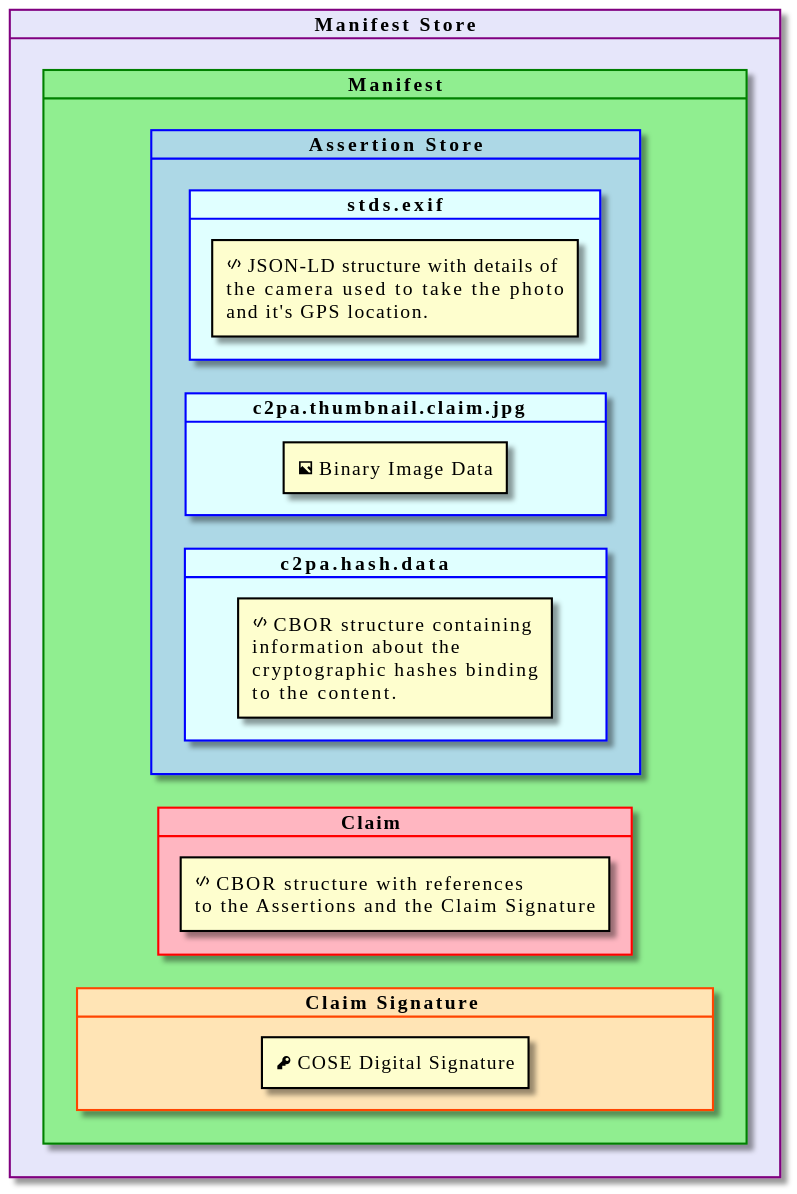
The PlantUML diagram specifications/1.0/specs/_images/Photo_Manifest.svg in c2pa-org/specifications, before a commit. Its diagram source:
```plantuml
@startuml Photo_Manifest

    allow_mixing

    !include manifest_styling.iuml

    card c2pa as "Manifest Store" <<c2pa>> {
        card c2ma as "Manifest" <<c2ma>> {
            card c2as as "Assertion Store" <<c2as>> {
                card "stds.exif" <<as>> {
                    rectangle A1 [
                        <&code> JSON-LD structure with details of
                        the camera used to take the photo
                        and it's GPS location.
                    ]
                }

                card "        c2pa.thumbnail.claim.jpg          " <<as>> {
                    rectangle A2 [
                        <&image> Binary Image Data
                    ]
                }

                card "            c2pa.hash.data                     " <<as>> {
                    rectangle A4 [
                        <&code> CBOR structure containing
						information about the
						cryptographic hashes binding
						to the content.
                    ]
                }
            }

            card c2cl as "               Claim                      " <<c2cl>> {
                rectangle C [
                    <&code> CBOR structure with references
                    to the Assertions and the Claim Signature
                ]
            }

            card c2cs as "                               Claim Signature                                " <<c2cs>> {
                rectangle CS [
					<&key> COSE Digital Signature
                ]
            }
        }
    }


@enduml
```
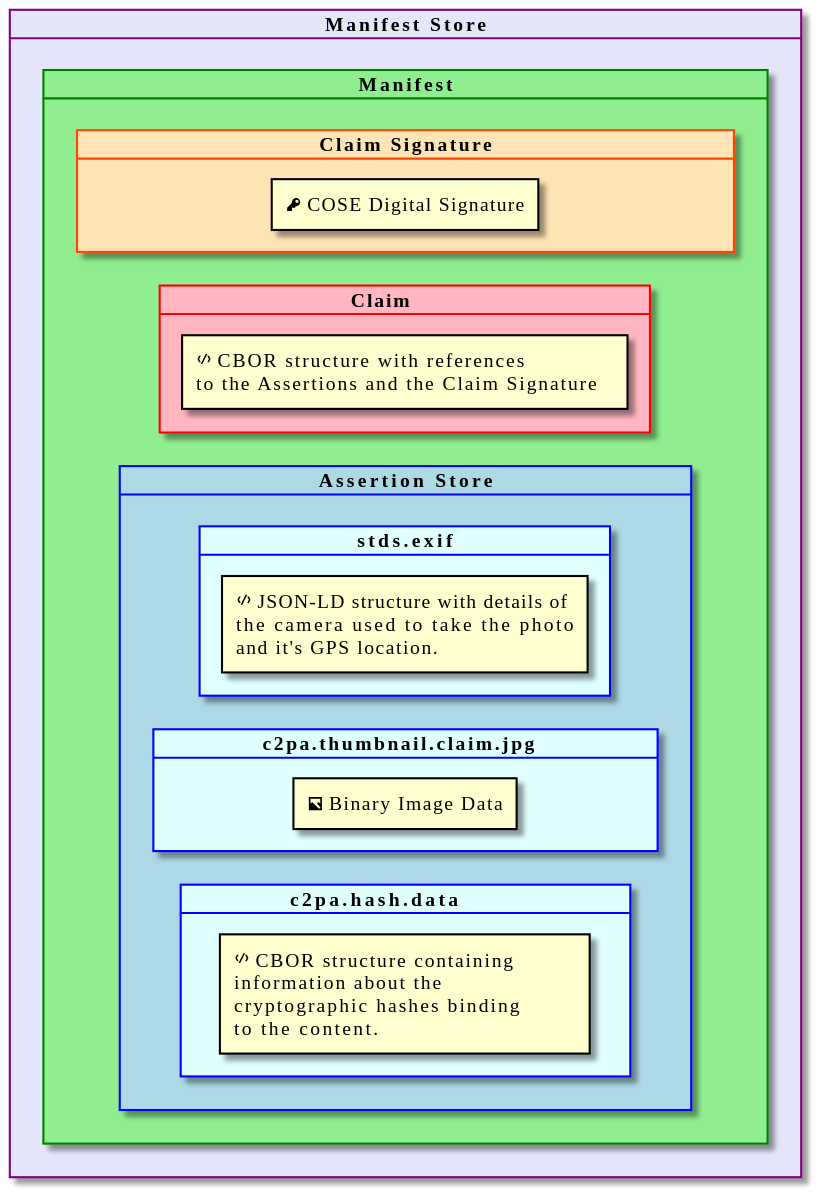
After the commit.

What changed in the source:
```diff
@@ -6,6 +6,19 @@
 
     card c2pa as "Manifest Store" <<c2pa>> {
         card c2ma as "Manifest" <<c2ma>> {
+            card c2cs as "                                 Claim Signature                                 " <<c2cs>> {
+                rectangle CS [
+					<&key> COSE Digital Signature
+                ]
+            }
+
+            card c2cl as "                Claim                       " <<c2cl>> {
+                rectangle C [
+                    <&code> CBOR structure with references
+                    to the Assertions and the Claim Signature
+                ]
+            }
+
             card c2as as "Assertion Store" <<c2as>> {
                 card "stds.exif" <<as>> {
                     rectangle A1 [
@@ -15,13 +28,13 @@
                     ]
                 }
 
-                card "        c2pa.thumbnail.claim.jpg          " <<as>> {
+                card "              c2pa.thumbnail.claim.jpg                " <<as>> {
                     rectangle A2 [
                         <&image> Binary Image Data
                     ]
                 }
 
-                card "            c2pa.hash.data                     " <<as>> {
+                card "              c2pa.hash.data                       " <<as>> {
                     rectangle A4 [
                         <&code> CBOR structure containing
 						information about the
@@ -30,19 +43,6 @@
                     ]
                 }
             }
-
-            card c2cl as "               Claim                      " <<c2cl>> {
-                rectangle C [
-                    <&code> CBOR structure with references
-                    to the Assertions and the Claim Signature
-                ]
-            }
-
-            card c2cs as "                               Claim Signature                                " <<c2cs>> {
-                rectangle CS [
-					<&key> COSE Digital Signature
-                ]
-            }
         }
     }
 
```
